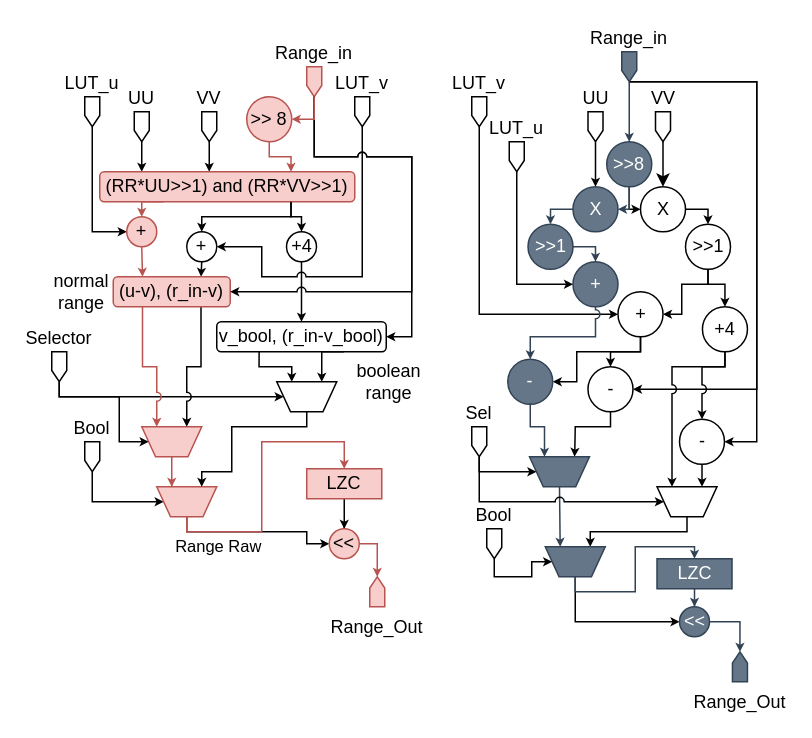
Earlier version of the draw.io diagram page "Stage_2" (6 of 9) of Project/Architecture.drawio (tuliopereirab/arithmetic-encoder-av1). Source tidied: cells renumbered, new cells numbered last; positions are measured from the earlier drawing's top-left corner, leaving out a move shared by most shapes. Both pictures are drawn from the tidied source at 150%, with x=0, y=0 at pixel (51, 51).
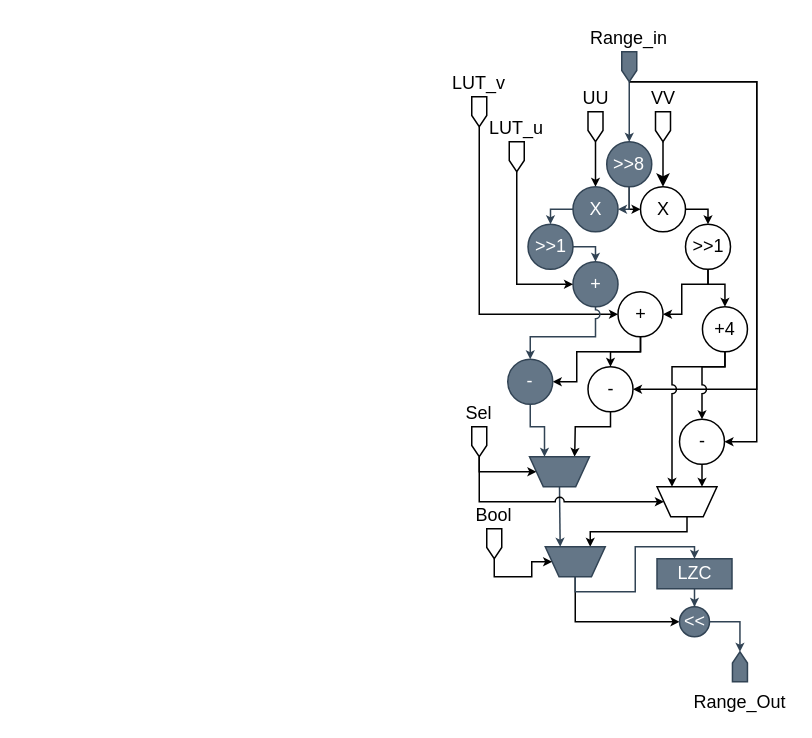
After the change.

Change to the diagram source:
```diff
@@
-    <mxCell id="2" style="edgeStyle=orthogonalEdgeStyle;rounded=0;jumpStyle=arc;jumpSize=6;jettySize=auto;html=1;entryX=0.5;entryY=0;entryDx=0;entryDy=0;endSize=3;" parent="1" edge="1" source="20" target="44">
-      <mxGeometry relative="1" as="geometry" />
-    </mxCell>
-    <mxCell id="3" style="edgeStyle=orthogonalEdgeStyle;rounded=0;jumpStyle=arc;jumpSize=6;jettySize=auto;html=1;endSize=3;entryX=0.165;entryY=-0.015;entryDx=0;entryDy=0;entryPerimeter=0;" parent="1" edge="1" source="4" target="17">
-      <mxGeometry relative="1" as="geometry" />
-    </mxCell>
-    <mxCell id="4" value="UU" style="shape=offPageConnector;whiteSpace=wrap;html=1;align=center;labelPosition=center;verticalLabelPosition=top;verticalAlign=bottom;" parent="1" vertex="1">
-      <mxGeometry x="55" y="40" width="10" height="20" as="geometry" />
-    </mxCell>
-    <mxCell id="5" style="edgeStyle=orthogonalEdgeStyle;rounded=0;jumpStyle=arc;jumpSize=6;jettySize=auto;html=1;endSize=3;" parent="1" edge="1" source="36" target="17">
-      <mxGeometry relative="1" as="geometry">
-        <Array as="points">
-          <mxPoint x="105" y="70" />
-          <mxPoint x="105" y="70" />
-        </Array>
-      </mxGeometry>
-    </mxCell>
-    <mxCell id="6" value="Range_in" style="shape=offPageConnector;whiteSpace=wrap;html=1;align=center;labelPosition=center;verticalLabelPosition=top;verticalAlign=bottom;fillColor=#f8cecc;strokeColor=#b85450;" parent="1" vertex="1">
-      <mxGeometry x="170" y="10" width="10" height="20" as="geometry" />
-    </mxCell>
-    <mxCell id="7" style="edgeStyle=orthogonalEdgeStyle;rounded=0;jumpStyle=arc;jumpSize=6;jettySize=auto;html=1;entryX=0;entryY=0.5;entryDx=0;entryDy=0;endSize=3;" parent="1" edge="1" source="8" target="19">
-      <mxGeometry relative="1" as="geometry">
-        <Array as="points">
-          <mxPoint x="27" y="120" />
-        </Array>
-      </mxGeometry>
-    </mxCell>
-    <mxCell id="8" value="LUT_u&lt;br&gt;" style="shape=offPageConnector;whiteSpace=wrap;html=1;align=center;labelPosition=center;verticalLabelPosition=top;verticalAlign=bottom;" parent="1" vertex="1">
-      <mxGeometry x="22" y="30" width="10" height="20" as="geometry" />
-    </mxCell>
-    <mxCell id="9" style="edgeStyle=orthogonalEdgeStyle;rounded=0;jumpStyle=arc;jumpSize=6;jettySize=auto;html=1;entryX=1;entryY=0.5;entryDx=0;entryDy=0;endSize=3;" parent="1" edge="1" source="10" target="22">
-      <mxGeometry relative="1" as="geometry">
-        <Array as="points">
-          <mxPoint x="207" y="150" />
-          <mxPoint x="140" y="150" />
-          <mxPoint x="140" y="130" />
-        </Array>
-      </mxGeometry>
-    </mxCell>
-    <mxCell id="10" value="LUT_v" style="shape=offPageConnector;whiteSpace=wrap;html=1;align=center;labelPosition=center;verticalLabelPosition=top;verticalAlign=bottom;" parent="1" vertex="1">
-      <mxGeometry x="202" y="30" width="10" height="20" as="geometry" />
-    </mxCell>
-    <mxCell id="11" style="edgeStyle=orthogonalEdgeStyle;rounded=0;jumpStyle=arc;jumpSize=6;jettySize=auto;html=1;entryX=0;entryY=0.5;entryDx=0;entryDy=0;endSize=3;" parent="1" edge="1" source="12" target="27">
-      <mxGeometry relative="1" as="geometry">
-        <Array as="points">
-          <mxPoint x="27" y="300" />
-        </Array>
-      </mxGeometry>
-    </mxCell>
-    <mxCell id="12" value="Bool" style="shape=offPageConnector;whiteSpace=wrap;html=1;align=center;labelPosition=center;verticalLabelPosition=top;verticalAlign=bottom;" parent="1" vertex="1">
-      <mxGeometry x="22" y="260" width="10" height="20" as="geometry" />
-    </mxCell>
-    <mxCell id="13" style="edgeStyle=orthogonalEdgeStyle;rounded=0;jumpStyle=arc;jumpSize=6;jettySize=auto;html=1;entryX=0.75;entryY=0;entryDx=0;entryDy=0;endSize=3;fillColor=#f8cecc;strokeColor=#b85450;" parent="1" edge="1" source="14" target="17">
-      <mxGeometry relative="1" as="geometry">
-        <Array as="points">
-          <mxPoint x="145" y="70" />
-        </Array>
-      </mxGeometry>
-    </mxCell>
-    <mxCell id="14" value="&amp;gt;&amp;gt; 8" style="ellipse;whiteSpace=wrap;html=1;fillColor=#f8cecc;strokeColor=#b85450;" parent="1" vertex="1">
-      <mxGeometry x="130" y="30" width="30" height="30" as="geometry" />
-    </mxCell>
-    <mxCell id="15" style="edgeStyle=orthogonalEdgeStyle;rounded=0;jumpStyle=arc;jumpSize=6;jettySize=auto;html=1;exitX=0.25;exitY=1;exitDx=0;exitDy=0;entryX=0.5;entryY=0;entryDx=0;entryDy=0;endSize=3;fillColor=#f8cecc;strokeColor=#b85450;" parent="1" edge="1" source="17" target="19">
-      <mxGeometry relative="1" as="geometry" />
-    </mxCell>
-    <mxCell id="16" style="edgeStyle=orthogonalEdgeStyle;rounded=0;jumpStyle=arc;jumpSize=6;jettySize=auto;html=1;exitX=0.75;exitY=1;exitDx=0;exitDy=0;endSize=3;entryX=0.5;entryY=0;entryDx=0;entryDy=0;" parent="1" edge="1" source="17" target="22">
-      <mxGeometry relative="1" as="geometry">
-        <Array as="points">
-          <mxPoint x="160" y="110" />
-          <mxPoint x="100" y="110" />
-        </Array>
-      </mxGeometry>
-    </mxCell>
-    <mxCell id="17" value="(RR*UU&amp;gt;&amp;gt;1) and (RR*VV&amp;gt;&amp;gt;1)" style="rounded=1;whiteSpace=wrap;html=1;fillColor=#f8cecc;strokeColor=#b85450;" parent="1" vertex="1">
-      <mxGeometry x="32" y="80" width="170" height="20" as="geometry" />
-    </mxCell>
-    <mxCell id="18" style="edgeStyle=orthogonalEdgeStyle;rounded=0;jumpStyle=arc;jumpSize=6;jettySize=auto;html=1;entryX=0.25;entryY=0;entryDx=0;entryDy=0;endSize=3;fillColor=#f8cecc;strokeColor=#b85450;" parent="1" edge="1" source="19" target="41">
-      <mxGeometry relative="1" as="geometry">
-        <Array as="points">
-          <mxPoint x="60" y="150" />
-        </Array>
-      </mxGeometry>
-    </mxCell>
-    <mxCell id="19" value="+" style="ellipse;whiteSpace=wrap;html=1;fillColor=#f8cecc;strokeColor=#b85450;" parent="1" vertex="1">
-      <mxGeometry x="50" y="110" width="20" height="20" as="geometry" />
-    </mxCell>
-    <mxCell id="20" value="+4" style="ellipse;whiteSpace=wrap;html=1;" parent="1" vertex="1">
-      <mxGeometry x="156.5" y="120" width="20" height="20" as="geometry" />
-    </mxCell>
-    <mxCell id="21" style="edgeStyle=orthogonalEdgeStyle;rounded=0;jumpStyle=arc;jumpSize=6;jettySize=auto;html=1;entryX=0.75;entryY=0;entryDx=0;entryDy=0;endSize=3;" parent="1" edge="1" source="22" target="41">
-      <mxGeometry relative="1" as="geometry">
-        <Array as="points">
-          <mxPoint x="100" y="150" />
-        </Array>
-      </mxGeometry>
-    </mxCell>
-    <mxCell id="22" value="+" style="ellipse;whiteSpace=wrap;html=1;" parent="1" vertex="1">
-      <mxGeometry x="90" y="120" width="20" height="20" as="geometry" />
-    </mxCell>
-    <mxCell id="23" style="edgeStyle=orthogonalEdgeStyle;rounded=0;jumpStyle=arc;jumpSize=6;jettySize=auto;html=1;entryX=0.25;entryY=0;entryDx=0;entryDy=0;endSize=3;fillColor=#f8cecc;strokeColor=#b85450;" parent="1" edge="1" source="24" target="27">
-      <mxGeometry relative="1" as="geometry" />
-    </mxCell>
-    <mxCell id="24" style="verticalLabelPosition=bottom;verticalAlign=top;html=1;shape=trapezoid;perimeter=trapezoidPerimeter;whiteSpace=wrap;size=0.23;arcSize=10;flipV=1;align=center;direction=east;fillColor=#f8cecc;strokeColor=#b85450;" parent="1" vertex="1">
-      <mxGeometry x="60" y="250" width="40" height="20" as="geometry" />
-    </mxCell>
-    <mxCell id="25" style="edgeStyle=orthogonalEdgeStyle;rounded=0;jumpStyle=arc;jumpSize=6;jettySize=auto;html=1;entryX=0;entryY=0.5;entryDx=0;entryDy=0;endSize=3;" parent="1" edge="1" source="27" target="34">
-      <mxGeometry relative="1" as="geometry">
-        <Array as="points">
-          <mxPoint x="90" y="320" />
-          <mxPoint x="170" y="320" />
-          <mxPoint x="170" y="328" />
-        </Array>
-      </mxGeometry>
-    </mxCell>
-    <mxCell id="26" value="Range Raw" style="edgeLabel;html=1;align=center;verticalAlign=middle;" parent="25" vertex="1">
-      <mxGeometry x="-0.84" y="-1" relative="1" as="geometry">
-        <mxPoint x="21" y="10.5" as="offset" />
-      </mxGeometry>
-    </mxCell>
-    <mxCell id="27" style="verticalLabelPosition=bottom;verticalAlign=top;html=1;shape=trapezoid;perimeter=trapezoidPerimeter;whiteSpace=wrap;size=0.23;arcSize=10;flipV=1;align=center;direction=east;fillColor=#f8cecc;strokeColor=#b85450;" parent="1" vertex="1">
-      <mxGeometry x="70" y="290" width="40" height="20" as="geometry" />
-    </mxCell>
-    <mxCell id="28" style="edgeStyle=orthogonalEdgeStyle;rounded=0;jumpStyle=arc;jumpSize=6;jettySize=auto;html=1;entryX=0;entryY=0.5;entryDx=0;entryDy=0;endSize=3;" parent="1" edge="1" source="30" target="24">
-      <mxGeometry relative="1" as="geometry">
-        <Array as="points">
-          <mxPoint x="5" y="230" />
-          <mxPoint x="45" y="230" />
-          <mxPoint x="45" y="260" />
-        </Array>
-      </mxGeometry>
-    </mxCell>
-    <mxCell id="29" style="edgeStyle=orthogonalEdgeStyle;rounded=0;jumpStyle=arc;jumpSize=6;jettySize=auto;html=1;endSize=3;" parent="1" edge="1" source="30" target="46">
-      <mxGeometry relative="1" as="geometry">
-        <Array as="points">
-          <mxPoint x="5" y="230" />
-        </Array>
-      </mxGeometry>
-    </mxCell>
-    <mxCell id="30" value="Selector" style="shape=offPageConnector;whiteSpace=wrap;html=1;align=center;labelPosition=center;verticalLabelPosition=top;verticalAlign=bottom;" parent="1" vertex="1">
-      <mxGeometry y="200" width="10" height="20" as="geometry" />
-    </mxCell>
-    <mxCell id="31" style="edgeStyle=orthogonalEdgeStyle;rounded=0;jumpStyle=arc;jumpSize=6;jettySize=auto;html=1;entryX=0.5;entryY=0;entryDx=0;entryDy=0;endSize=3;" parent="1" edge="1" source="32" target="34">
-      <mxGeometry relative="1" as="geometry" />
-    </mxCell>
-    <mxCell id="32" value="LZC" style="rounded=0;whiteSpace=wrap;html=1;fillColor=#f8cecc;strokeColor=#b85450;" parent="1" vertex="1">
-      <mxGeometry x="170" y="278" width="50" height="20" as="geometry" />
-    </mxCell>
-    <mxCell id="33" style="edgeStyle=orthogonalEdgeStyle;rounded=0;jumpStyle=arc;jumpSize=6;jettySize=auto;html=1;endSize=3;fillColor=#f8cecc;strokeColor=#b85450;" parent="1" edge="1" source="34" target="35">
-      <mxGeometry relative="1" as="geometry">
-        <Array as="points">
-          <mxPoint x="217" y="328" />
-        </Array>
-      </mxGeometry>
-    </mxCell>
-    <mxCell id="34" value="&amp;lt;&amp;lt;" style="ellipse;whiteSpace=wrap;html=1;fillColor=#f8cecc;strokeColor=#b85450;" parent="1" vertex="1">
-      <mxGeometry x="185" y="318" width="20" height="20" as="geometry" />
-    </mxCell>
-    <mxCell id="35" value="Range_Out" style="shape=offPageConnector;whiteSpace=wrap;html=1;align=center;labelPosition=center;verticalLabelPosition=bottom;verticalAlign=top;direction=west;fillColor=#f8cecc;strokeColor=#b85450;" parent="1" vertex="1">
-      <mxGeometry x="212" y="350" width="10" height="20" as="geometry" />
-    </mxCell>
-    <mxCell id="36" value="VV" style="shape=offPageConnector;whiteSpace=wrap;html=1;align=center;labelPosition=center;verticalLabelPosition=top;verticalAlign=bottom;" parent="1" vertex="1">
-      <mxGeometry x="100" y="40" width="10" height="20" as="geometry" />
-    </mxCell>
-    <mxCell id="37" style="edgeStyle=orthogonalEdgeStyle;rounded=0;jumpStyle=arc;jumpSize=6;jettySize=auto;html=1;entryX=0.5;entryY=0;entryDx=0;entryDy=0;endSize=3;fillColor=#f8cecc;strokeColor=#b85450;" parent="1" edge="1" source="27" target="32">
-      <mxGeometry relative="1" as="geometry">
-        <Array as="points">
-          <mxPoint x="90" y="320" />
-          <mxPoint x="140" y="320" />
-          <mxPoint x="140" y="260" />
-          <mxPoint x="195" y="260" />
-        </Array>
-      </mxGeometry>
-    </mxCell>
-    <mxCell id="38" style="edgeStyle=orthogonalEdgeStyle;rounded=0;jumpStyle=arc;jumpSize=6;jettySize=auto;html=1;exitX=0.75;exitY=1;exitDx=0;exitDy=0;entryX=0.5;entryY=0;entryDx=0;entryDy=0;endSize=3;" parent="1" edge="1" source="17" target="20">
-      <mxGeometry relative="1" as="geometry">
-        <Array as="points">
-          <mxPoint x="160" y="110" />
-          <mxPoint x="167" y="110" />
-        </Array>
-      </mxGeometry>
-    </mxCell>
-    <mxCell id="39" style="edgeStyle=orthogonalEdgeStyle;rounded=0;jumpStyle=arc;jumpSize=6;jettySize=auto;html=1;exitX=0.25;exitY=1;exitDx=0;exitDy=0;entryX=0.25;entryY=0;entryDx=0;entryDy=0;endSize=3;fillColor=#f8cecc;strokeColor=#b85450;" parent="1" edge="1" source="41" target="24">
-      <mxGeometry relative="1" as="geometry" />
-    </mxCell>
-    <mxCell id="40" style="edgeStyle=orthogonalEdgeStyle;rounded=0;jumpStyle=arc;jumpSize=6;jettySize=auto;html=1;exitX=0.75;exitY=1;exitDx=0;exitDy=0;entryX=0.75;entryY=0;entryDx=0;entryDy=0;endSize=3;" parent="1" edge="1" source="41" target="24">
-      <mxGeometry relative="1" as="geometry" />
-    </mxCell>
-    <mxCell id="41" value="(u-v), (r_in-v)" style="rounded=1;whiteSpace=wrap;html=1;fillColor=#f8cecc;strokeColor=#b85450;" parent="1" vertex="1">
-      <mxGeometry x="41" y="150" width="78" height="20" as="geometry" />
-    </mxCell>
-    <mxCell id="42" style="edgeStyle=orthogonalEdgeStyle;rounded=0;jumpStyle=arc;jumpSize=6;jettySize=auto;html=1;exitX=0.25;exitY=1;exitDx=0;exitDy=0;entryX=0.25;entryY=0;entryDx=0;entryDy=0;endSize=3;" parent="1" edge="1" source="44" target="46">
-      <mxGeometry relative="1" as="geometry">
-        <Array as="points">
-          <mxPoint x="138" y="210" />
-          <mxPoint x="160" y="210" />
-        </Array>
-      </mxGeometry>
-    </mxCell>
-    <mxCell id="43" style="edgeStyle=orthogonalEdgeStyle;rounded=0;jumpStyle=arc;jumpSize=6;jettySize=auto;html=1;exitX=0.75;exitY=1;exitDx=0;exitDy=0;entryX=0.75;entryY=0;entryDx=0;entryDy=0;endSize=3;" parent="1" edge="1" source="44" target="46">
-      <mxGeometry relative="1" as="geometry" />
-    </mxCell>
-    <mxCell id="44" value="v_bool, (r_in-v_bool)" style="rounded=1;whiteSpace=wrap;html=1;" parent="1" vertex="1">
-      <mxGeometry x="110" y="180" width="113" height="20" as="geometry" />
-    </mxCell>
-    <mxCell id="45" style="edgeStyle=orthogonalEdgeStyle;rounded=0;jumpStyle=arc;jumpSize=6;jettySize=auto;html=1;entryX=0.75;entryY=0;entryDx=0;entryDy=0;endSize=3;" parent="1" edge="1" source="46" target="27">
-      <mxGeometry relative="1" as="geometry">
-        <Array as="points">
-          <mxPoint x="170" y="250" />
-          <mxPoint x="120" y="250" />
-          <mxPoint x="120" y="280" />
-          <mxPoint x="100" y="280" />
-        </Array>
-      </mxGeometry>
-    </mxCell>
-    <mxCell id="46" style="verticalLabelPosition=bottom;verticalAlign=top;html=1;shape=trapezoid;perimeter=trapezoidPerimeter;whiteSpace=wrap;size=0.23;arcSize=10;flipV=1;align=center;direction=east;" parent="1" vertex="1">
-      <mxGeometry x="150" y="220" width="40" height="20" as="geometry" />
-    </mxCell>
-    <mxCell id="47" value="boolean range" style="text;html=1;strokeColor=none;fillColor=none;align=center;verticalAlign=middle;whiteSpace=wrap;rounded=0;" parent="1" vertex="1">
-      <mxGeometry x="205" y="210" width="40" height="20" as="geometry" />
-    </mxCell>
-    <mxCell id="48" value="normal range" style="text;html=1;align=center;verticalAlign=middle;whiteSpace=wrap;rounded=0;" parent="1" vertex="1">
-      <mxGeometry y="150" width="40" height="20" as="geometry" />
-    </mxCell>
-    <mxCell id="49" style="edgeStyle=orthogonalEdgeStyle;rounded=0;jumpStyle=arc;jumpSize=6;jettySize=auto;html=1;entryX=1;entryY=0.5;entryDx=0;entryDy=0;endSize=3;" parent="1" edge="1" source="6" target="44">
-      <mxGeometry relative="1" as="geometry">
-        <Array as="points">
-          <mxPoint x="175" y="70" />
-          <mxPoint x="240" y="70" />
-          <mxPoint x="240" y="190" />
-        </Array>
-      </mxGeometry>
-    </mxCell>
-    <mxCell id="50" style="edgeStyle=orthogonalEdgeStyle;rounded=0;jumpStyle=arc;jumpSize=6;jettySize=auto;html=1;entryX=1;entryY=0.5;entryDx=0;entryDy=0;endSize=3;" parent="1" edge="1" source="6" target="41">
-      <mxGeometry relative="1" as="geometry">
-        <Array as="points">
-          <mxPoint x="175" y="70" />
-          <mxPoint x="240" y="70" />
-          <mxPoint x="240" y="160" />
-        </Array>
-      </mxGeometry>
-    </mxCell>
-    <mxCell id="51" style="edgeStyle=orthogonalEdgeStyle;rounded=0;jumpStyle=arc;jumpSize=6;jettySize=auto;html=1;entryX=1;entryY=0.5;entryDx=0;entryDy=0;endSize=3;fillColor=#f8cecc;strokeColor=#b85450;" parent="1" edge="1" source="6" target="14">
-      <mxGeometry relative="1" as="geometry">
-        <Array as="points">
-          <mxPoint x="175" y="45" />
-        </Array>
-      </mxGeometry>
-    </mxCell>
```
